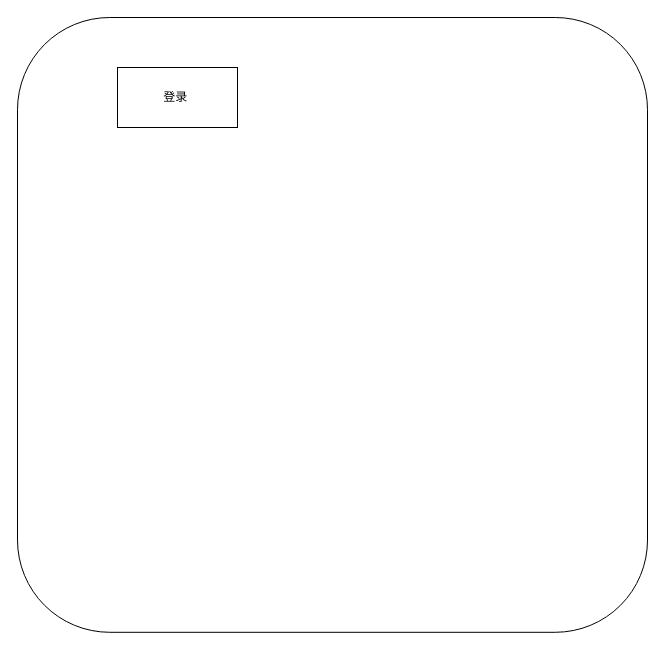
The draw.io diagram page "前端" (5 of 6) of social life internal system.drawio in Saiable/drawio, before the edit. Source tidied: cells renumbered, new cells numbered last; positions are measured from the earlier drawing's top-left corner, leaving out a move shared by most shapes. Both pictures are drawn from the tidied source at 100%, with x=0, y=0 at pixel (17, 17).
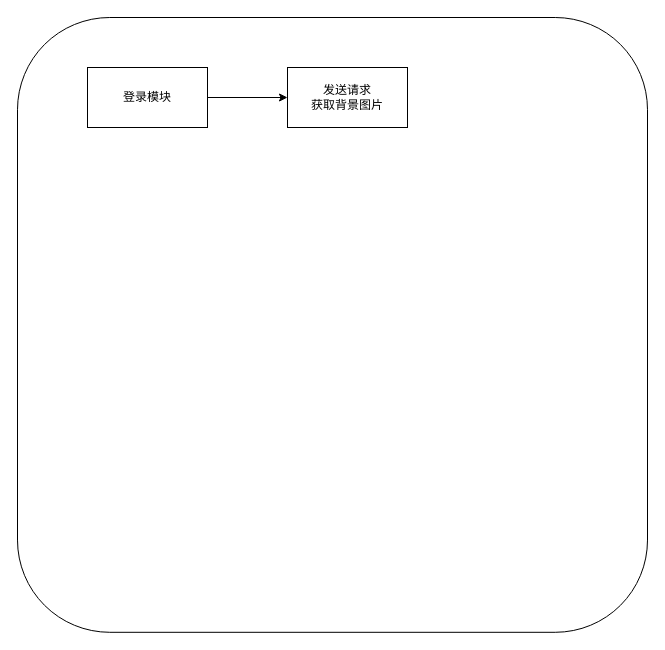
The same diagram, later.

Diff of the diagram source:
```diff
@@
 <mxGraphModel>
   <root>
     <mxCell id="0" />
     <mxCell id="1" parent="0" />
     <mxCell id="2" style="rounded=1;whiteSpace=wrap;html=1;" parent="1" vertex="1">
       <mxGeometry width="630" height="614.8" as="geometry" />
     </mxCell>
+    <mxCell id="4" style="edgeStyle=orthogonalEdgeStyle;rounded=0;jettySize=auto;html=1;" parent="1" edge="1" source="3" target="5">
+      <mxGeometry relative="1" as="geometry" />
+    </mxCell>
-    <mxCell id="3" value="登录&amp;nbsp;" style="rounded=0;whiteSpace=wrap;html=1;" parent="1" vertex="1">
-      <mxGeometry x="100" y="50" width="120" height="60" as="geometry" />
+    <mxCell id="3" value="登录模块" style="rounded=0;whiteSpace=wrap;html=1;" parent="1" vertex="1">
+      <mxGeometry x="70" y="50" width="120" height="60" as="geometry" />
     </mxCell>
+    <mxCell id="5" value="发送请求&lt;br&gt;获取背景图片" style="whiteSpace=wrap;html=1;rounded=0;" parent="1" vertex="1">
+      <mxGeometry x="270" y="50" width="120" height="60" as="geometry" />
+    </mxCell>
   </root>
 </mxGraphModel>
```
